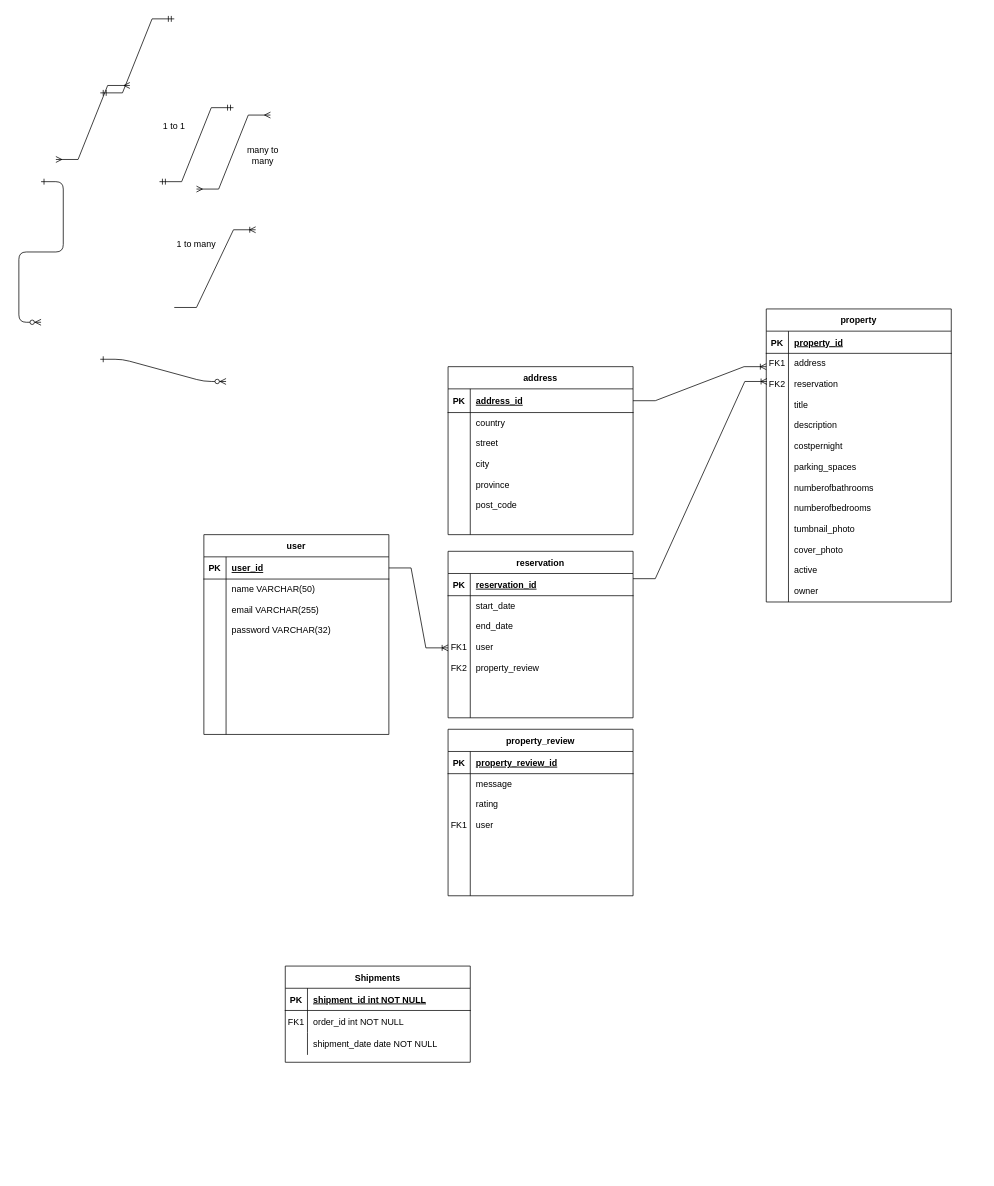
Above: LightBnB.drawio in SorrenJ/LightBnB (draw.io), before the change. Source tidied: cells renumbered, new cells numbered last; positions are measured from the earlier drawing's top-left corner, leaving out a move shared by most shapes. Both pictures are drawn from the tidied source at 74%, with x=0, y=0 at pixel (41, 18).
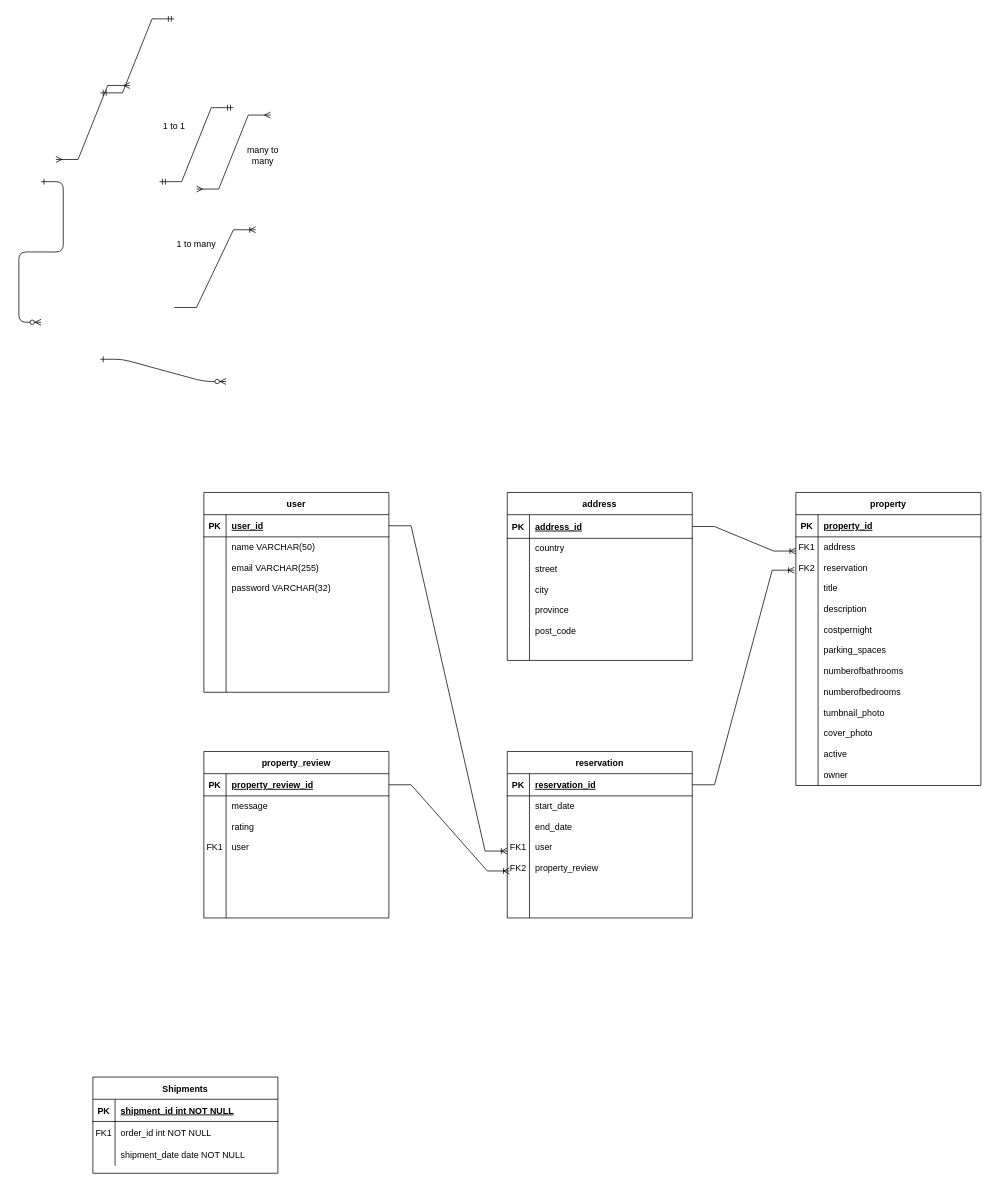
After the change.

The change refers to these unchanged cells:
```xml
<mxCell id="8" style="shape=partialRectangle;fillColor=none;points=[[0,0.5],[1,0.5]];portConstraint=eastwest;top=0;left=0;right=0;bottom=0;" parent="4" vertex="1">
  <mxGeometry y="60" width="250" height="336" as="geometry" />
</mxCell>
<mxCell id="22" style="shape=partialRectangle;fillColor=none;points=[[0,0.5],[1,0.5]];portConstraint=eastwest;top=0;left=0;right=0;bottom=1;" parent="21" vertex="1">
  <mxGeometry y="30" width="250" height="30" as="geometry" />
</mxCell>
<mxCell id="29" style="shape=partialRectangle;fillColor=none;points=[[0,0.5],[1,0.5]];portConstraint=eastwest;top=0;left=0;right=0;bottom=1;" parent="28" vertex="1">
  <mxGeometry y="30" width="250" height="32" as="geometry" />
</mxCell>
<mxCell id="36" style="shape=partialRectangle;fillColor=none;points=[[0,0.5],[1,0.5]];portConstraint=eastwest;top=0;left=0;right=0;bottom=1;" parent="35" vertex="1">
  <mxGeometry y="30" width="250" height="30" as="geometry" />
</mxCell>
<mxCell id="39" style="shape=partialRectangle;fillColor=none;points=[[0,0.5],[1,0.5]];portConstraint=eastwest;top=0;left=0;right=0;bottom=0;" parent="35" vertex="1">
  <mxGeometry y="60" width="250" height="165" as="geometry" />
</mxCell>
<mxCell id="43" style="shape=partialRectangle;fillColor=none;points=[[0,0.5],[1,0.5]];portConstraint=eastwest;top=0;left=0;right=0;bottom=1;" parent="42" vertex="1">
  <mxGeometry y="30" width="250" height="30" as="geometry" />
</mxCell>
```

What changed in the source:
```diff
@@
     <mxCell id="4" value="property" style="shape=table;startSize=30;childLayout=tableLayout;rowLines=0;fontStyle=1;align=center;" parent="1" vertex="1">
-      <mxGeometry x="980" y="392" width="250" height="396" as="geometry" />
+      <mxGeometry x="1020" y="640" width="250" height="396" as="geometry" />
     </mxCell>
@@
     <mxCell id="11" value="Shipments" style="shape=table;startSize=30;childLayout=tableLayout;rowLines=0;fontStyle=1;align=center;" parent="1" vertex="1">
-      <mxGeometry x="330" y="1280" width="250" height="130" as="geometry" />
+      <mxGeometry x="70" y="1430" width="250" height="130" as="geometry" />
     </mxCell>
@@
     <mxCell id="21" value="user" style="shape=table;startSize=30;childLayout=tableLayout;rowLines=0;fontStyle=1;align=center;" parent="1" vertex="1">
-      <mxGeometry x="220" y="697" width="250" height="270" as="geometry" />
+      <mxGeometry x="220" y="640" width="250" height="270" as="geometry" />
     </mxCell>
@@
     <mxCell id="28" value="address" style="shape=table;startSize=30;childLayout=tableLayout;rowLines=0;fontStyle=1;align=center;" parent="1" vertex="1">
-      <mxGeometry x="550" y="470" width="250" height="227" as="geometry" />
+      <mxGeometry x="630" y="640" width="250" height="227" as="geometry" />
     </mxCell>
@@
     <mxCell id="35" value="reservation" style="shape=table;startSize=30;childLayout=tableLayout;rowLines=0;fontStyle=1;align=center;" parent="1" vertex="1">
-      <mxGeometry x="550" y="719.5" width="250" height="225" as="geometry" />
+      <mxGeometry x="630" y="990" width="250" height="225" as="geometry" />
     </mxCell>
@@
     <mxCell id="42" value="property_review" style="shape=table;startSize=30;childLayout=tableLayout;rowLines=0;fontStyle=1;align=center;" parent="1" vertex="1">
-      <mxGeometry x="550" y="960" width="250" height="225" as="geometry" />
+      <mxGeometry x="220" y="990" width="250" height="225" as="geometry" />
     </mxCell>
@@
-    <mxCell id="57" style="edgeStyle=entityRelationEdgeStyle;fontSize=12;html=1;endArrow=ERoneToMany;rounded=0;exitX=1;exitY=0.5;exitDx=0;exitDy=0;" parent="1" edge="1" source="29">
-      <mxGeometry relative="1" as="geometry">
-        <mxPoint x="980" y="470" as="targetPoint" />
-      </mxGeometry>
+    <mxCell id="57" style="edgeStyle=entityRelationEdgeStyle;fontSize=12;html=1;endArrow=ERoneToMany;rounded=0;exitX=1;exitY=0.5;exitDx=0;exitDy=0;entryX=0;entryY=0.057;entryDx=0;entryDy=0;entryPerimeter=0;" parent="1" edge="1" source="29" target="8">
+      <mxGeometry relative="1" as="geometry" />
     </mxCell>
-    <mxCell id="58" style="edgeStyle=entityRelationEdgeStyle;fontSize=12;html=1;endArrow=ERoneToMany;rounded=0;entryX=0.004;entryY=0.137;entryDx=0;entryDy=0;entryPerimeter=0;" parent="1" edge="1">
+    <mxCell id="58" style="edgeStyle=entityRelationEdgeStyle;fontSize=12;html=1;endArrow=ERoneToMany;rounded=0;entryX=-0.008;entryY=0.134;entryDx=0;entryDy=0;entryPerimeter=0;exitX=1;exitY=0.5;exitDx=0;exitDy=0;" parent="1" edge="1" source="36" target="8">
       <mxGeometry relative="1" as="geometry">
-        <mxPoint x="800" y="756.5" as="sourcePoint" />
-        <mxPoint x="981" y="490" as="targetPoint" />
         <Array as="points">
-          <mxPoint x="920" y="622" />
+          <mxPoint x="935" y="772" />
         </Array>
       </mxGeometry>
     </mxCell>
-    <mxCell id="59" style="edgeStyle=entityRelationEdgeStyle;fontSize=12;html=1;endArrow=ERoneToMany;rounded=0;exitX=1;exitY=0.5;exitDx=0;exitDy=0;" parent="1" edge="1" source="22">
-      <mxGeometry relative="1" as="geometry">
-        <mxPoint x="550" y="850" as="targetPoint" />
-      </mxGeometry>
+    <mxCell id="59" style="edgeStyle=entityRelationEdgeStyle;fontSize=12;html=1;endArrow=ERoneToMany;rounded=0;exitX=1;exitY=0.5;exitDx=0;exitDy=0;entryX=0;entryY=0.452;entryDx=0;entryDy=0;entryPerimeter=0;" parent="1" edge="1" source="22" target="39">
+      <mxGeometry relative="1" as="geometry" />
     </mxCell>
+    <mxCell id="60" style="edgeStyle=entityRelationEdgeStyle;fontSize=12;html=1;endArrow=ERoneToMany;rounded=0;exitX=1;exitY=0.5;exitDx=0;exitDy=0;entryX=0.012;entryY=0.615;entryDx=0;entryDy=0;entryPerimeter=0;" parent="1" edge="1" source="43" target="39">
+      <mxGeometry relative="1" as="geometry" />
+    </mxCell>
```
